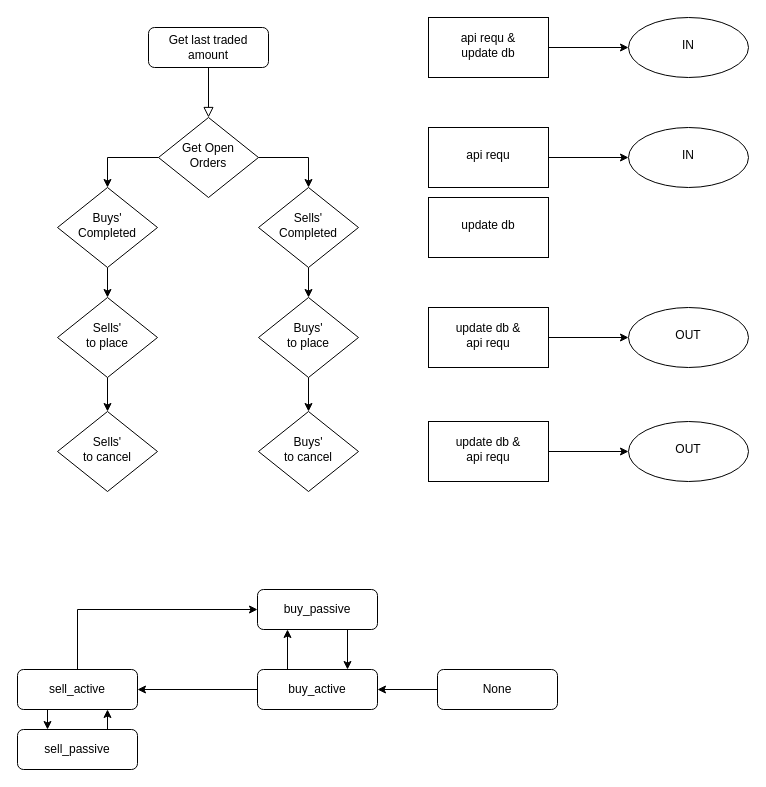
Callaghan-Hattingh/trading-bot-5 keeps this draw.io diagram as Trading bot process flow.drawio. Above is the earlier version. Source tidied: cells renumbered, new cells numbered last; positions are measured from the earlier drawing's top-left corner, leaving out a move shared by most shapes. Both pictures are drawn from the tidied source at 100%, with x=0, y=0 at pixel (17, 17).
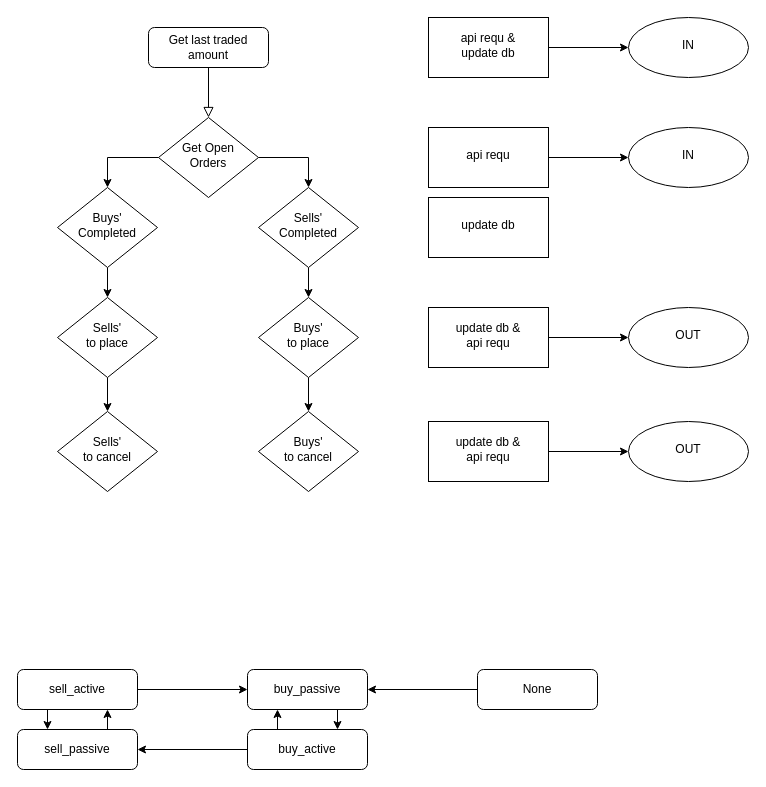
The same page after the edit.

The change refers to these unchanged cells:
```xml
<mxCell id="31" value="sell_active" style="rounded=1;whiteSpace=wrap;html=1;fontSize=12;glass=0;strokeWidth=1;shadow=0;" parent="1" vertex="1">
  <mxGeometry y="652" width="120" height="40" as="geometry" />
</mxCell>
<mxCell id="33" value="sell_passive" style="rounded=1;whiteSpace=wrap;html=1;fontSize=12;glass=0;strokeWidth=1;shadow=0;" parent="1" vertex="1">
  <mxGeometry y="712" width="120" height="40" as="geometry" />
</mxCell>
```

What changed in the source:
```diff
@@
-    <mxCell id="22" style="edgeStyle=none;rounded=0;jettySize=auto;html=1;" parent="1" edge="1" source="23" target="28">
+    <mxCell id="22" style="edgeStyle=orthogonalEdgeStyle;rounded=0;jettySize=auto;html=1;entryX=1;entryY=0.5;entryDx=0;entryDy=0;" parent="1" edge="1" source="23" target="25">
       <mxGeometry relative="1" as="geometry" />
     </mxCell>
     <mxCell id="23" value="None" style="rounded=1;whiteSpace=wrap;html=1;fontSize=12;glass=0;strokeWidth=1;shadow=0;" parent="1" vertex="1">
-      <mxGeometry x="420" y="652" width="120" height="40" as="geometry" />
+      <mxGeometry x="460" y="652" width="120" height="40" as="geometry" />
     </mxCell>
@@
     <mxCell id="25" value="buy_passive" style="rounded=1;whiteSpace=wrap;html=1;fontSize=12;glass=0;strokeWidth=1;shadow=0;" parent="1" vertex="1">
-      <mxGeometry x="240" y="572" width="120" height="40" as="geometry" />
+      <mxGeometry x="230" y="652" width="120" height="40" as="geometry" />
     </mxCell>
-    <mxCell id="26" style="edgeStyle=orthogonalEdgeStyle;rounded=0;jettySize=auto;html=1;exitX=0;exitY=0.5;exitDx=0;exitDy=0;" parent="1" edge="1" source="28" target="31">
+    <mxCell id="26" style="edgeStyle=orthogonalEdgeStyle;rounded=0;jettySize=auto;html=1;exitX=0;exitY=0.5;exitDx=0;exitDy=0;entryX=1;entryY=0.5;entryDx=0;entryDy=0;" parent="1" edge="1" source="28" target="33">
       <mxGeometry relative="1" as="geometry" />
     </mxCell>
@@
     <mxCell id="28" value="buy_active" style="rounded=1;whiteSpace=wrap;html=1;fontSize=12;glass=0;strokeWidth=1;shadow=0;" parent="1" vertex="1">
-      <mxGeometry x="240" y="652" width="120" height="40" as="geometry" />
+      <mxGeometry x="230" y="712" width="120" height="40" as="geometry" />
     </mxCell>
@@
-    <mxCell id="30" style="edgeStyle=orthogonalEdgeStyle;rounded=0;jettySize=auto;html=1;exitX=0.5;exitY=0;exitDx=0;exitDy=0;entryX=0;entryY=0.5;entryDx=0;entryDy=0;" parent="1" edge="1" source="31" target="25">
+    <mxCell id="30" style="edgeStyle=orthogonalEdgeStyle;rounded=0;jettySize=auto;html=1;exitX=1;exitY=0.5;exitDx=0;exitDy=0;entryX=0;entryY=0.5;entryDx=0;entryDy=0;" parent="1" edge="1" source="31" target="25">
       <mxGeometry relative="1" as="geometry" />
     </mxCell>
```
